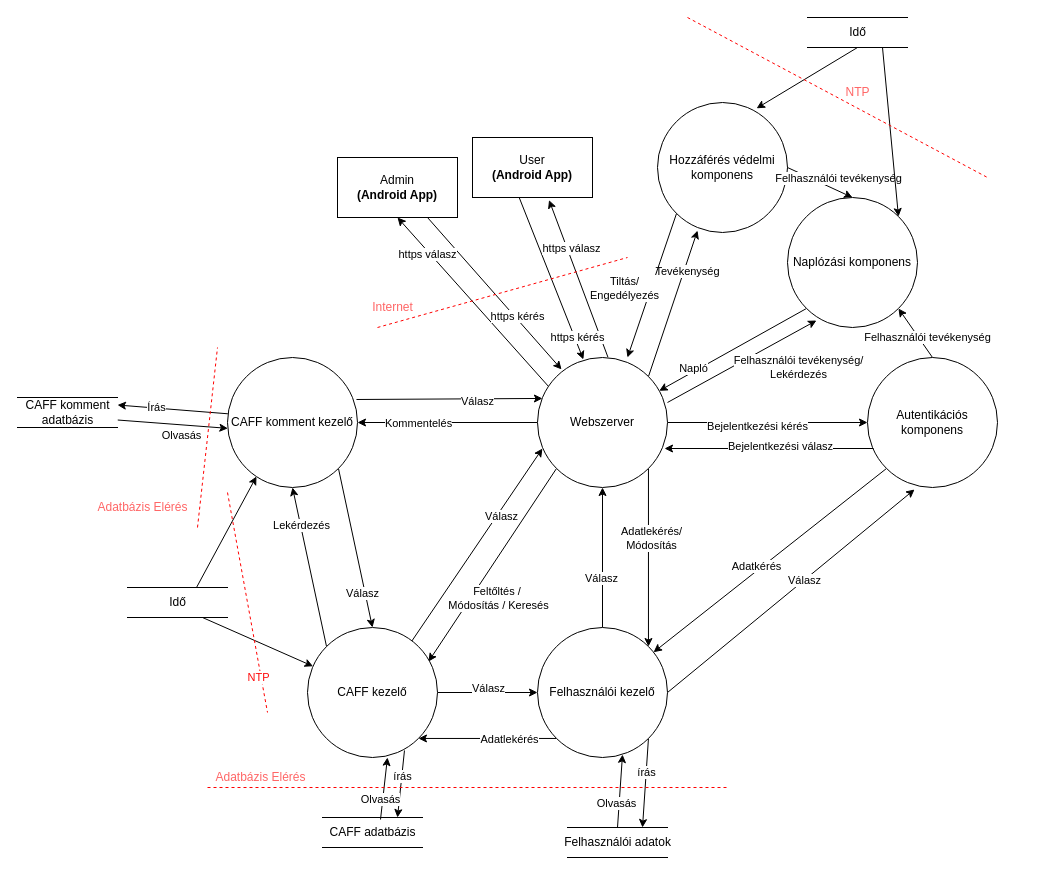
Above: plans/UML_Drawio/DataFlow.drawio in zuper1998/SzamBiztHF (draw.io), before the change. Source tidied: cells renumbered, new cells numbered last; positions are measured from the earlier drawing's top-left corner, leaving out a move shared by most shapes. Both pictures are drawn from the tidied source at 100%, with x=0, y=0 at pixel (17, 17).
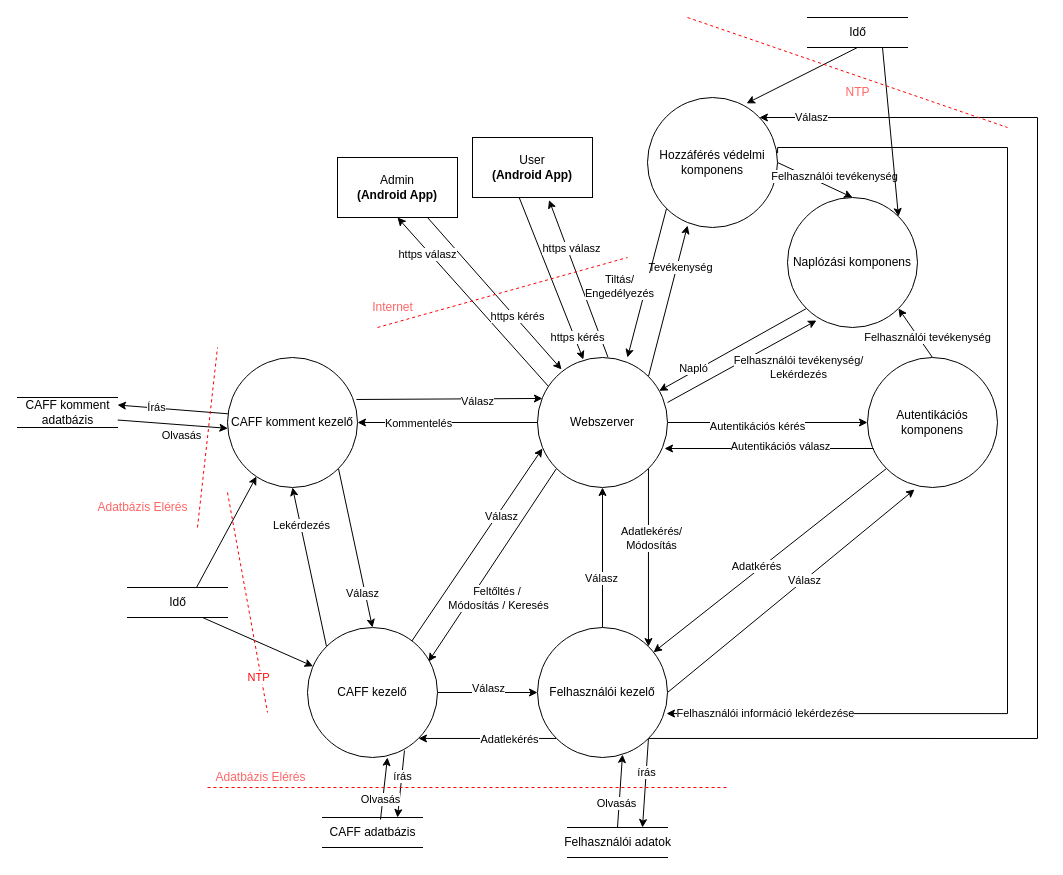
The same diagram, later.

Unchanged cells that the change refers to:
```xml
<mxCell id="4" style="edgeStyle=none;rounded=0;jettySize=auto;html=1;exitX=1;exitY=0.5;exitDx=0;exitDy=0;entryX=0;entryY=0.5;entryDx=0;entryDy=0;" parent="1" edge="1" source="16" target="29">
  <mxGeometry relative="1" as="geometry" />
</mxCell>
<mxCell id="30" style="edgeStyle=none;rounded=0;jettySize=auto;html=1;exitX=0.046;exitY=0.7;exitDx=0;exitDy=0;entryX=0.977;entryY=0.7;entryDx=0;entryDy=0;exitPerimeter=0;entryPerimeter=0;" parent="1" edge="1" source="29" target="16">
  <mxGeometry relative="1" as="geometry" />
</mxCell>
<mxCell id="40" value="Felhasználói kezelő" style="ellipse;whiteSpace=wrap;html=1;" parent="1" vertex="1">
  <mxGeometry x="520" y="610" width="130" height="130" as="geometry" />
</mxCell>
```

The edit, as a diff of the source:
```diff
@@
+    <mxCell id="89" style="edgeStyle=orthogonalEdgeStyle;rounded=0;jettySize=auto;html=1;entryX=0.992;entryY=0.662;entryDx=0;entryDy=0;entryPerimeter=0;exitX=1.001;exitY=0.428;exitDx=0;exitDy=0;exitPerimeter=0;" parent="1" edge="1" source="2" target="40">
+      <mxGeometry relative="1" as="geometry">
+        <Array as="points">
+          <mxPoint x="760" y="130" />
+          <mxPoint x="990" y="130" />
+          <mxPoint x="990" y="696" />
+        </Array>
+      </mxGeometry>
+    </mxCell>
+    <mxCell id="90" value="Felhasználói információ lekérdezése" style="edgeLabel;html=1;align=center;verticalAlign=middle;" parent="89" vertex="1">
+      <mxGeometry x="0.89" y="-1" relative="1" as="geometry">
+        <mxPoint x="36" as="offset" />
+      </mxGeometry>
+    </mxCell>
     <mxCell id="2" value="Hozzáférés védelmi komponens" style="ellipse;whiteSpace=wrap;html=1;" parent="1" vertex="1">
-      <mxGeometry x="640" y="85" width="130" height="130" as="geometry" />
+      <mxGeometry x="630" y="80" width="130" height="130" as="geometry" />
     </mxCell>
@@
-    <mxCell id="5" value="Bejelentkezési kérés" style="edgeLabel;html=1;align=center;verticalAlign=middle;" parent="4" vertex="1">
+    <mxCell id="5" value="Autentikációs kérés" style="edgeLabel;html=1;align=center;verticalAlign=middle;" parent="4" vertex="1">
       <mxGeometry x="-0.11" y="-3" relative="1" as="geometry" />
     </mxCell>
@@
-    <mxCell id="31" value="Bejelentkezési válasz" style="edgeLabel;html=1;align=center;verticalAlign=middle;" parent="30" vertex="1">
+    <mxCell id="31" value="Autentikációs válasz" style="edgeLabel;html=1;align=center;verticalAlign=middle;" parent="30" vertex="1">
       <mxGeometry x="-0.11" y="-3" relative="1" as="geometry" />
     </mxCell>
@@
+    <mxCell id="91" style="edgeStyle=orthogonalEdgeStyle;rounded=0;jettySize=auto;html=1;exitX=1;exitY=1;exitDx=0;exitDy=0;" parent="1" edge="1" source="40" target="2">
+      <mxGeometry relative="1" as="geometry">
+        <Array as="points">
+          <mxPoint x="1020" y="721" />
+          <mxPoint x="1020" y="100" />
+        </Array>
+      </mxGeometry>
+    </mxCell>
+    <mxCell id="92" value="Válasz" style="edgeLabel;html=1;align=center;verticalAlign=middle;" parent="91" vertex="1">
+      <mxGeometry x="0.92" y="-1" relative="1" as="geometry" />
+    </mxCell>
@@
     <mxCell id="73" style="endArrow=none;dashed=1;html=1;rounded=0;fillColor=#f8cecc;strokeColor=#FF0000;" parent="1" edge="1">
       <mxGeometry relative="1" as="geometry">
         <mxPoint x="670" as="sourcePoint" />
-        <mxPoint x="970" y="160" as="targetPoint" />
+        <mxPoint x="990" y="110" as="targetPoint" />
       </mxGeometry>
     </mxCell>
```
